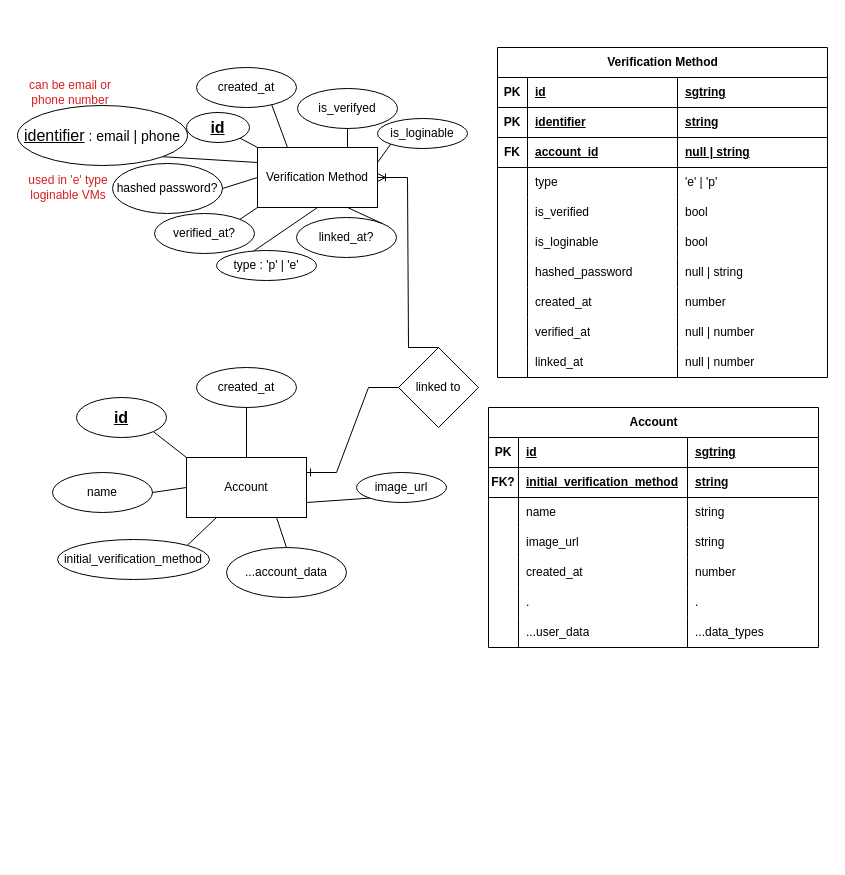
This is page "Page-2" (2 of 2) of Auth logic Diagram.drawio from hosam95/Badan, a draw.io file, before an edit. Source tidied: cells renumbered, new cells numbered last; positions are measured from the earlier drawing's top-left corner, leaving out a move shared by most shapes. Both pictures are drawn from the tidied source at 100%, with x=0, y=0 at pixel (17, 47).
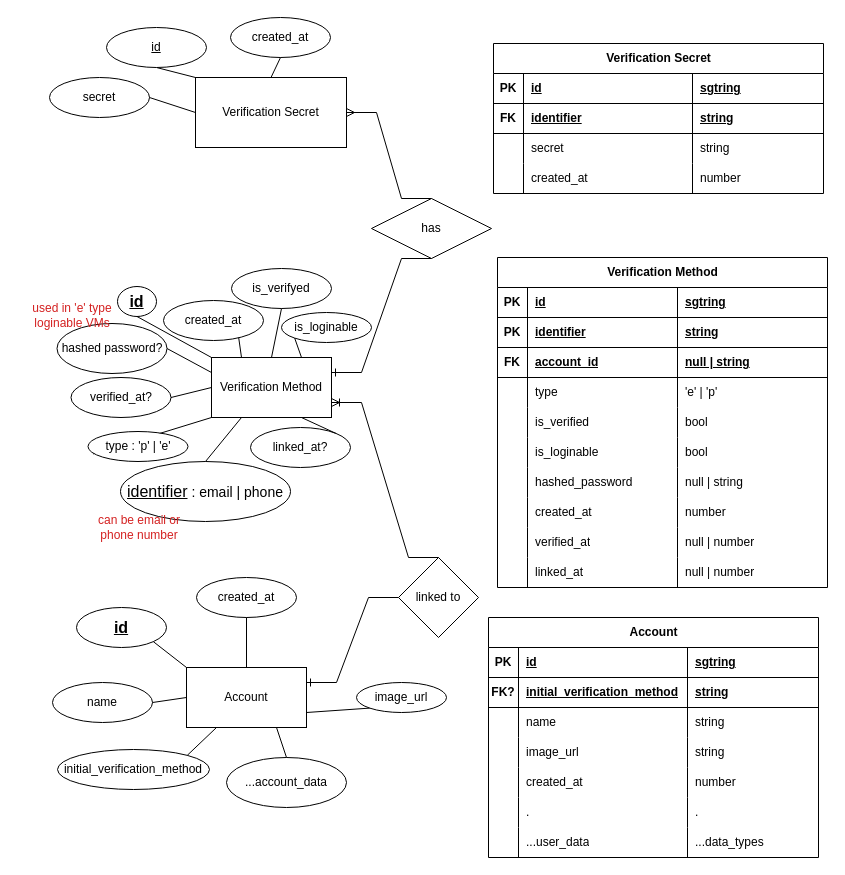
The same diagram, later.

Change to the diagram source:
```diff
@@
     <mxCell id="2" value="Verification Method" style="rounded=0;whiteSpace=wrap;html=1;" parent="1" vertex="1">
-      <mxGeometry x="240" y="100" width="120" height="60" as="geometry" />
+      <mxGeometry x="194" y="310" width="120" height="60" as="geometry" />
     </mxCell>
     <mxCell id="3" value="&lt;font style=&quot;&quot;&gt;&lt;u style=&quot;font-size: 16px;&quot;&gt;identifier&lt;/u&gt;&lt;font style=&quot;font-size: 14px;&quot;&gt; : email | phone&lt;/font&gt;&lt;/font&gt;" style="ellipse;whiteSpace=wrap;html=1;" parent="1" vertex="1">
-      <mxGeometry y="58" width="170" height="60" as="geometry" />
+      <mxGeometry x="103" y="414" width="170" height="60" as="geometry" />
     </mxCell>
     <mxCell id="4" value="is_verifyed" style="ellipse;whiteSpace=wrap;html=1;" parent="1" vertex="1">
-      <mxGeometry x="280" y="41" width="100" height="40" as="geometry" />
+      <mxGeometry x="214" y="221" width="100" height="40" as="geometry" />
     </mxCell>
     <mxCell id="5" value="is_loginable" style="ellipse;whiteSpace=wrap;html=1;" parent="1" vertex="1">
-      <mxGeometry x="360" y="71" width="90" height="30" as="geometry" />
+      <mxGeometry x="264" y="265" width="90" height="30" as="geometry" />
     </mxCell>
     <mxCell id="6" value="hashed password?" style="ellipse;whiteSpace=wrap;html=1;" parent="1" vertex="1">
-      <mxGeometry x="95" y="116" width="110" height="50" as="geometry" />
+      <mxGeometry x="39.5" y="276" width="110" height="50" as="geometry" />
     </mxCell>
-    <mxCell id="7" style="endArrow=none;html=1;rounded=0;entryX=0;entryY=0.5;entryDx=0;entryDy=0;exitX=1;exitY=0.5;exitDx=0;exitDy=0;" parent="1" edge="1" source="6" target="2">
+    <mxCell id="7" style="endArrow=none;html=1;rounded=0;entryX=0;entryY=0.25;entryDx=0;entryDy=0;exitX=1;exitY=0.5;exitDx=0;exitDy=0;" parent="1" edge="1" source="6" target="2">
       <mxGeometry relative="1" as="geometry" />
     </mxCell>
-    <mxCell id="8" style="endArrow=none;html=1;rounded=0;entryX=0;entryY=1;entryDx=0;entryDy=0;exitX=1;exitY=0.25;exitDx=0;exitDy=0;" parent="1" edge="1" source="2" target="5">
+    <mxCell id="8" style="endArrow=none;html=1;rounded=0;entryX=0;entryY=1;entryDx=0;entryDy=0;exitX=0.75;exitY=0;exitDx=0;exitDy=0;" parent="1" edge="1" source="2" target="5">
       <mxGeometry relative="1" as="geometry" />
     </mxCell>
-    <mxCell id="9" style="endArrow=none;html=1;rounded=0;exitX=1;exitY=1;exitDx=0;exitDy=0;entryX=0;entryY=0.25;entryDx=0;entryDy=0;" parent="1" edge="1" source="3" target="2">
+    <mxCell id="9" style="endArrow=none;html=1;rounded=0;exitX=0.5;exitY=0;exitDx=0;exitDy=0;entryX=0.25;entryY=1;entryDx=0;entryDy=0;" parent="1" edge="1" source="3" target="2">
       <mxGeometry relative="1" as="geometry" />
     </mxCell>
-    <mxCell id="10" style="endArrow=none;html=1;rounded=0;entryX=0.5;entryY=1;entryDx=0;entryDy=0;exitX=0.75;exitY=0;exitDx=0;exitDy=0;" parent="1" edge="1" source="2" target="4">
+    <mxCell id="10" style="endArrow=none;html=1;rounded=0;entryX=0.5;entryY=1;entryDx=0;entryDy=0;exitX=0.5;exitY=0;exitDx=0;exitDy=0;" parent="1" edge="1" source="2" target="4">
       <mxGeometry relative="1" as="geometry" />
     </mxCell>
-    <mxCell id="11" style="endArrow=none;html=1;rounded=0;exitX=0.5;exitY=1;exitDx=0;exitDy=0;entryX=0.052;entryY=0.747;entryDx=0;entryDy=0;entryPerimeter=0;" parent="1" edge="1" source="2" target="23">
+    <mxCell id="11" style="endArrow=none;html=1;rounded=0;exitX=0;exitY=1;exitDx=0;exitDy=0;entryX=0.052;entryY=0.747;entryDx=0;entryDy=0;entryPerimeter=0;" parent="1" edge="1" source="2" target="23">
       <mxGeometry relative="1" as="geometry" />
     </mxCell>
     <mxCell id="12" value="Account" style="rounded=0;whiteSpace=wrap;html=1;" parent="1" vertex="1">
-      <mxGeometry x="169" y="410" width="120" height="60" as="geometry" />
+      <mxGeometry x="169" y="620" width="120" height="60" as="geometry" />
     </mxCell>
     <mxCell id="13" value="&lt;u&gt;&lt;font style=&quot;font-size: 16px;&quot;&gt;&lt;b&gt;id&lt;/b&gt;&lt;/font&gt;&lt;/u&gt;" style="ellipse;whiteSpace=wrap;html=1;" parent="1" vertex="1">
-      <mxGeometry x="59" y="350" width="90" height="40" as="geometry" />
+      <mxGeometry x="59" y="560" width="90" height="40" as="geometry" />
     </mxCell>
     <mxCell id="14" value="name" style="ellipse;whiteSpace=wrap;html=1;" parent="1" vertex="1">
-      <mxGeometry x="35" y="425" width="100" height="40" as="geometry" />
+      <mxGeometry x="35" y="635" width="100" height="40" as="geometry" />
     </mxCell>
     <mxCell id="15" value="image_url" style="ellipse;whiteSpace=wrap;html=1;" parent="1" vertex="1">
-      <mxGeometry x="339" y="425" width="90" height="30" as="geometry" />
+      <mxGeometry x="339" y="635" width="90" height="30" as="geometry" />
     </mxCell>
@@
     <mxCell id="19" value="...account_data" style="ellipse;whiteSpace=wrap;html=1;" parent="1" vertex="1">
-      <mxGeometry x="209" y="500" width="120" height="50" as="geometry" />
+      <mxGeometry x="209" y="710" width="120" height="50" as="geometry" />
     </mxCell>
@@
     <mxCell id="21" value="can be email or phone number" style="text;html=1;strokeColor=none;fillColor=none;align=center;verticalAlign=middle;whiteSpace=wrap;rounded=0;fontColor=#d42121;" parent="1" vertex="1">
-      <mxGeometry x="8" y="30" width="90" height="30" as="geometry" />
+      <mxGeometry x="77" y="465" width="90" height="30" as="geometry" />
     </mxCell>
     <mxCell id="22" value="used in 'e' type loginable VMs" style="text;html=1;strokeColor=none;fillColor=none;align=center;verticalAlign=middle;whiteSpace=wrap;rounded=0;fontColor=#d42121;" parent="1" vertex="1">
-      <mxGeometry x="6" y="125" width="90" height="30" as="geometry" />
+      <mxGeometry x="10" y="253" width="90" height="30" as="geometry" />
     </mxCell>
     <mxCell id="23" value="type : 'p' | 'e'" style="ellipse;whiteSpace=wrap;html=1;" parent="1" vertex="1">
-      <mxGeometry x="199" y="203" width="100" height="30" as="geometry" />
+      <mxGeometry x="70.5" y="384" width="100" height="30" as="geometry" />
     </mxCell>
     <mxCell id="24" value="linked to" style="rhombus;whiteSpace=wrap;html=1;" parent="1" vertex="1">
-      <mxGeometry x="381" y="300" width="80" height="80" as="geometry" />
+      <mxGeometry x="381" y="510" width="80" height="80" as="geometry" />
     </mxCell>
@@
-    <mxCell id="26" style="edgeStyle=entityRelationEdgeStyle;fontSize=12;html=1;endArrow=ERoneToMany;rounded=0;entryX=1;entryY=0.5;entryDx=0;entryDy=0;exitX=0.5;exitY=0;exitDx=0;exitDy=0;" parent="1" edge="1" source="24" target="2">
+    <mxCell id="26" style="edgeStyle=entityRelationEdgeStyle;fontSize=12;html=1;endArrow=ERoneToMany;rounded=0;entryX=1;entryY=0.75;entryDx=0;entryDy=0;exitX=0.5;exitY=0;exitDx=0;exitDy=0;" parent="1" edge="1" source="24" target="2">
       <mxGeometry relative="1" as="geometry">
         <Array as="points">
-          <mxPoint x="390" y="230" />
-          <mxPoint x="370" y="230" />
-          <mxPoint x="366" y="230" />
-          <mxPoint x="370" y="230" />
-          <mxPoint x="390" y="170" />
-          <mxPoint x="390" y="230" />
+          <mxPoint x="390" y="440" />
+          <mxPoint x="370" y="440" />
+          <mxPoint x="366" y="440" />
+          <mxPoint x="370" y="440" />
+          <mxPoint x="390" y="380" />
+          <mxPoint x="390" y="440" />
         </Array>
       </mxGeometry>
     </mxCell>
     <mxCell id="27" value="&lt;font style=&quot;font-size: 16px;&quot;&gt;&lt;b&gt;id&lt;/b&gt;&lt;/font&gt;" style="ellipse;whiteSpace=wrap;html=1;align=center;fontStyle=4;" parent="1" vertex="1">
-      <mxGeometry x="169" y="65" width="63" height="30" as="geometry" />
+      <mxGeometry x="100" y="239" width="39" height="30" as="geometry" />
     </mxCell>
-    <mxCell id="28" style="endArrow=none;html=1;rounded=0;entryX=0;entryY=0;entryDx=0;entryDy=0;exitX=1;exitY=1;exitDx=0;exitDy=0;" parent="1" edge="1" source="27" target="2">
+    <mxCell id="28" style="endArrow=none;html=1;rounded=0;entryX=0;entryY=0;entryDx=0;entryDy=0;exitX=0.5;exitY=1;exitDx=0;exitDy=0;" parent="1" edge="1" source="27" target="2">
       <mxGeometry relative="1" as="geometry" />
     </mxCell>
     <mxCell id="29" value="Verification Method" style="shape=table;startSize=30;childLayout=tableLayout;rowLines=0;fontStyle=1;align=center;html=1;" parent="1" vertex="1">
-      <mxGeometry x="480" width="330" height="330" as="geometry" />
+      <mxGeometry x="480" y="210" width="330" height="330" as="geometry" />
     </mxCell>
@@
     <mxCell id="70" value="Account" style="shape=table;startSize=30;childLayout=tableLayout;rowLines=0;fontStyle=1;align=center;html=1;" parent="1" vertex="1">
-      <mxGeometry x="471" y="360" width="330" height="240" as="geometry" />
+      <mxGeometry x="471" y="570" width="330" height="240" as="geometry" />
     </mxCell>
@@
     <mxCell id="99" value="created_at" style="ellipse;whiteSpace=wrap;html=1;align=center;" parent="1" vertex="1">
-      <mxGeometry x="179" y="20" width="100" height="40" as="geometry" />
+      <mxGeometry x="146" y="253" width="100" height="40" as="geometry" />
     </mxCell>
     <mxCell id="100" value="verified_at?" style="ellipse;whiteSpace=wrap;html=1;align=center;" parent="1" vertex="1">
-      <mxGeometry x="137" y="166" width="100" height="40" as="geometry" />
+      <mxGeometry x="53.5" y="330" width="100" height="40" as="geometry" />
     </mxCell>
     <mxCell id="101" value="linked_at?" style="ellipse;whiteSpace=wrap;html=1;align=center;" parent="1" vertex="1">
-      <mxGeometry x="279" y="170" width="100" height="40" as="geometry" />
+      <mxGeometry x="233" y="380" width="100" height="40" as="geometry" />
     </mxCell>
@@
-    <mxCell id="104" style="endArrow=none;html=1;rounded=0;exitX=0;exitY=1;exitDx=0;exitDy=0;entryX=1;entryY=0;entryDx=0;entryDy=0;" parent="1" edge="1" source="2" target="100">
+    <mxCell id="104" style="endArrow=none;html=1;rounded=0;exitX=0;exitY=0.5;exitDx=0;exitDy=0;entryX=1;entryY=0.5;entryDx=0;entryDy=0;" parent="1" edge="1" source="2" target="100">
       <mxGeometry relative="1" as="geometry" />
     </mxCell>
@@
     <mxCell id="106" value="initial_verification_method" style="ellipse;whiteSpace=wrap;html=1;align=center;" parent="1" vertex="1">
-      <mxGeometry x="40" y="492" width="152" height="40" as="geometry" />
+      <mxGeometry x="40" y="702" width="152" height="40" as="geometry" />
     </mxCell>
     <mxCell id="107" value="created_at" style="ellipse;whiteSpace=wrap;html=1;align=center;" parent="1" vertex="1">
-      <mxGeometry x="179" y="320" width="100" height="40" as="geometry" />
+      <mxGeometry x="179" y="530" width="100" height="40" as="geometry" />
     </mxCell>
@@
+    <mxCell id="110" value="Verification Secret" style="whiteSpace=wrap;html=1;align=center;" parent="1" vertex="1">
+      <mxGeometry x="178" y="30" width="151" height="70" as="geometry" />
+    </mxCell>
+    <mxCell id="111" value="secret" style="ellipse;whiteSpace=wrap;html=1;align=center;" parent="1" vertex="1">
+      <mxGeometry x="32" y="30" width="100" height="40" as="geometry" />
+    </mxCell>
+    <mxCell id="112" value="created_at" style="ellipse;whiteSpace=wrap;html=1;align=center;" parent="1" vertex="1">
+      <mxGeometry x="213" y="-30" width="100" height="40" as="geometry" />
+    </mxCell>
+    <mxCell id="113" style="endArrow=none;html=1;rounded=0;entryX=1;entryY=0.5;entryDx=0;entryDy=0;exitX=0;exitY=0.5;exitDx=0;exitDy=0;" parent="1" edge="1" source="110" target="111">
+      <mxGeometry relative="1" as="geometry" />
+    </mxCell>
+    <mxCell id="114" style="endArrow=none;html=1;rounded=0;entryX=0.5;entryY=1;entryDx=0;entryDy=0;exitX=0.5;exitY=0;exitDx=0;exitDy=0;" parent="1" edge="1" source="110" target="112">
+      <mxGeometry relative="1" as="geometry" />
+    </mxCell>
+    <mxCell id="115" style="endArrow=none;html=1;rounded=0;entryX=0.5;entryY=1;entryDx=0;entryDy=0;exitX=0;exitY=0;exitDx=0;exitDy=0;" parent="1" edge="1" source="110" target="116">
+      <mxGeometry relative="1" as="geometry" />
+    </mxCell>
+    <mxCell id="116" value="id" style="ellipse;whiteSpace=wrap;html=1;align=center;fontStyle=4;" parent="1" vertex="1">
+      <mxGeometry x="89" y="-20" width="100" height="40" as="geometry" />
+    </mxCell>
+    <mxCell id="117" value="has" style="shape=rhombus;perimeter=rhombusPerimeter;whiteSpace=wrap;html=1;align=center;" parent="1" vertex="1">
+      <mxGeometry x="354" y="151" width="120" height="60" as="geometry" />
+    </mxCell>
+    <mxCell id="118" style="edgeStyle=entityRelationEdgeStyle;fontSize=12;html=1;endArrow=ERone;endFill=1;rounded=0;exitX=0.5;exitY=1;exitDx=0;exitDy=0;entryX=1;entryY=0.25;entryDx=0;entryDy=0;" parent="1" edge="1" source="117" target="2">
+      <mxGeometry relative="1" as="geometry">
+        <Array as="points">
+          <mxPoint x="440" y="220" />
+        </Array>
+      </mxGeometry>
+    </mxCell>
+    <mxCell id="119" style="edgeStyle=entityRelationEdgeStyle;fontSize=12;html=1;endArrow=ERmany;rounded=0;entryX=1;entryY=0.5;entryDx=0;entryDy=0;exitX=0.5;exitY=0;exitDx=0;exitDy=0;" parent="1" edge="1" source="117" target="110">
+      <mxGeometry relative="1" as="geometry">
+        <Array as="points">
+          <mxPoint x="390" y="90" />
+          <mxPoint x="320" y="90" />
+        </Array>
+      </mxGeometry>
+    </mxCell>
+    <mxCell id="120" value="Verification Secret" style="shape=table;startSize=30;childLayout=tableLayout;rowLines=0;fontStyle=1;align=center;html=1;" parent="1" vertex="1">
+      <mxGeometry x="476" y="-4" width="330" height="150" as="geometry" />
+    </mxCell>
+    <mxCell id="121" style="shape=tableRow;horizontal=0;startSize=0;swimlaneHead=0;swimlaneBody=0;fillColor=none;top=0;left=0;right=0;bottom=1;" parent="120" vertex="1">
+      <mxGeometry y="30" width="330" height="30" as="geometry" />
+    </mxCell>
+    <mxCell id="122" value="PK" style="shape=partialRectangle;fillColor=none;top=0;left=0;bottom=0;right=0;fontStyle=1;overflow=hidden;whiteSpace=wrap;html=1;" parent="121" vertex="1">
+      <mxGeometry width="30" height="30" as="geometry" />
+    </mxCell>
+    <mxCell id="123" value="id" style="shape=partialRectangle;fillColor=none;top=0;left=0;bottom=0;right=0;align=left;spacingLeft=6;fontStyle=5;overflow=hidden;whiteSpace=wrap;html=1;" parent="121" vertex="1">
+      <mxGeometry x="30" width="169" height="30" as="geometry" />
+    </mxCell>
+    <mxCell id="124" value="sgtring" style="shape=partialRectangle;fillColor=none;top=0;left=0;bottom=0;right=0;align=left;spacingLeft=6;fontStyle=5;overflow=hidden;whiteSpace=wrap;html=1;" parent="121" vertex="1">
+      <mxGeometry x="199" width="131" height="30" as="geometry" />
+    </mxCell>
+    <mxCell id="125" style="shape=tableRow;horizontal=0;startSize=0;swimlaneHead=0;swimlaneBody=0;fillColor=none;top=0;left=0;right=0;bottom=1;" parent="120" vertex="1">
+      <mxGeometry y="60" width="330" height="30" as="geometry" />
+    </mxCell>
+    <mxCell id="126" value="FK" style="shape=partialRectangle;fillColor=none;top=0;left=0;bottom=0;right=0;fontStyle=1;overflow=hidden;whiteSpace=wrap;html=1;" parent="125" vertex="1">
+      <mxGeometry width="30" height="30" as="geometry" />
+    </mxCell>
+    <mxCell id="127" value="identifier" style="shape=partialRectangle;fillColor=none;top=0;left=0;bottom=0;right=0;align=left;spacingLeft=6;fontStyle=5;overflow=hidden;whiteSpace=wrap;html=1;" parent="125" vertex="1">
+      <mxGeometry x="30" width="169" height="30" as="geometry" />
+    </mxCell>
+    <mxCell id="128" value="string" style="shape=partialRectangle;fillColor=none;top=0;left=0;bottom=0;right=0;align=left;spacingLeft=6;fontStyle=5;overflow=hidden;whiteSpace=wrap;html=1;" parent="125" vertex="1">
+      <mxGeometry x="199" width="131" height="30" as="geometry" />
+    </mxCell>
+    <mxCell id="129" style="shape=tableRow;horizontal=0;startSize=0;swimlaneHead=0;swimlaneBody=0;fillColor=none;top=0;left=0;right=0;bottom=0;" parent="120" vertex="1">
+      <mxGeometry y="90" width="330" height="30" as="geometry" />
+    </mxCell>
+    <mxCell id="130" style="shape=partialRectangle;fillColor=none;top=0;left=0;bottom=0;right=0;overflow=hidden;whiteSpace=wrap;html=1;" parent="129" vertex="1">
+      <mxGeometry width="30" height="30" as="geometry" />
+    </mxCell>
+    <mxCell id="131" value="secret" style="shape=partialRectangle;fillColor=none;top=0;left=0;bottom=0;right=0;align=left;spacingLeft=6;overflow=hidden;whiteSpace=wrap;html=1;" parent="129" vertex="1">
+      <mxGeometry x="30" width="169" height="30" as="geometry" />
+    </mxCell>
+    <mxCell id="132" value="string" style="shape=partialRectangle;fillColor=none;top=0;left=0;bottom=0;right=0;align=left;spacingLeft=6;overflow=hidden;whiteSpace=wrap;html=1;" parent="129" vertex="1">
+      <mxGeometry x="199" width="131" height="30" as="geometry" />
+    </mxCell>
+    <mxCell id="133" style="shape=tableRow;horizontal=0;startSize=0;swimlaneHead=0;swimlaneBody=0;fillColor=none;top=0;left=0;right=0;bottom=0;" parent="120" vertex="1">
+      <mxGeometry y="120" width="330" height="30" as="geometry" />
+    </mxCell>
+    <mxCell id="134" style="shape=partialRectangle;fillColor=none;top=0;left=0;bottom=0;right=0;overflow=hidden;whiteSpace=wrap;html=1;" parent="133" vertex="1">
+      <mxGeometry width="30" height="30" as="geometry" />
+    </mxCell>
+    <mxCell id="135" value="created_at" style="shape=partialRectangle;fillColor=none;top=0;left=0;bottom=0;right=0;align=left;spacingLeft=6;overflow=hidden;whiteSpace=wrap;html=1;" parent="133" vertex="1">
+      <mxGeometry x="30" width="169" height="30" as="geometry" />
+    </mxCell>
+    <mxCell id="136" value="number" style="shape=partialRectangle;fillColor=none;top=0;left=0;bottom=0;right=0;align=left;spacingLeft=6;overflow=hidden;whiteSpace=wrap;html=1;" parent="133" vertex="1">
+      <mxGeometry x="199" width="131" height="30" as="geometry" />
+    </mxCell>
```
